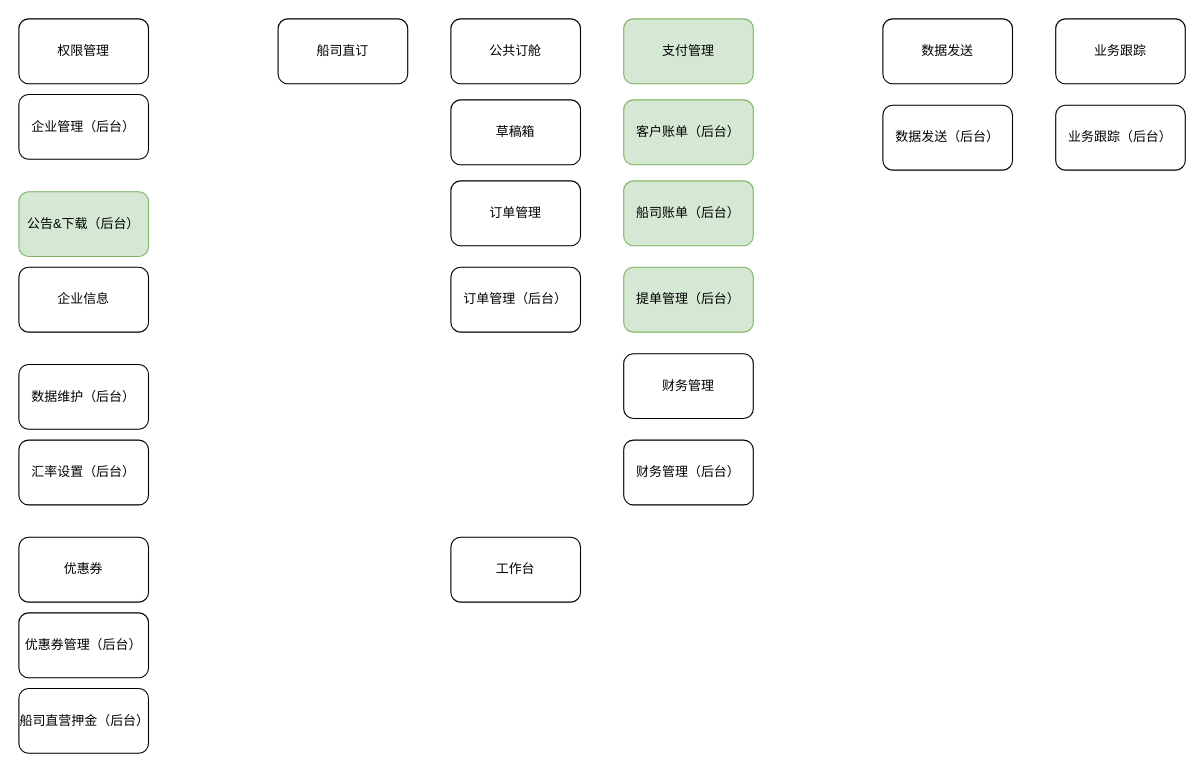
The draw.io diagram booking/开发模块.drawio in caixuecheng/track-drawio, before the edit. Source tidied: cells renumbered, new cells numbered last; positions are measured from the earlier drawing's top-left corner, leaving out a move shared by most shapes. Both pictures are drawn from the tidied source at 108%, with x=0, y=0 at pixel (18, 18).
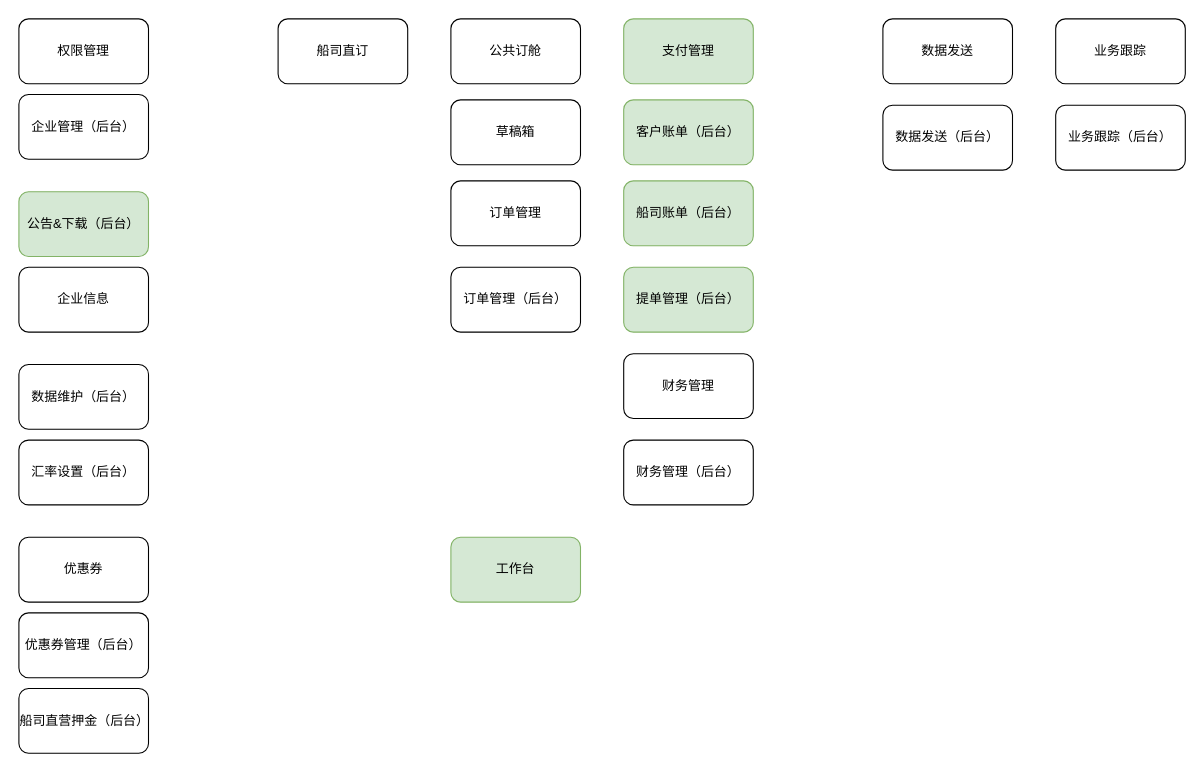
After the change.

Commit message (it also covers changes not shown here):
更新开发模块.drawio

What changed in the source:
```diff
@@
-    <mxCell id="22" value="工作台" style="rounded=1;whiteSpace=wrap;html=1;" parent="1" vertex="1">
+    <mxCell id="22" value="工作台" style="rounded=1;whiteSpace=wrap;html=1;fillColor=#d5e8d4;strokeColor=#82b366;" parent="1" vertex="1">
       <mxGeometry x="400" y="480" width="120" height="60" as="geometry" />
     </mxCell>
```
